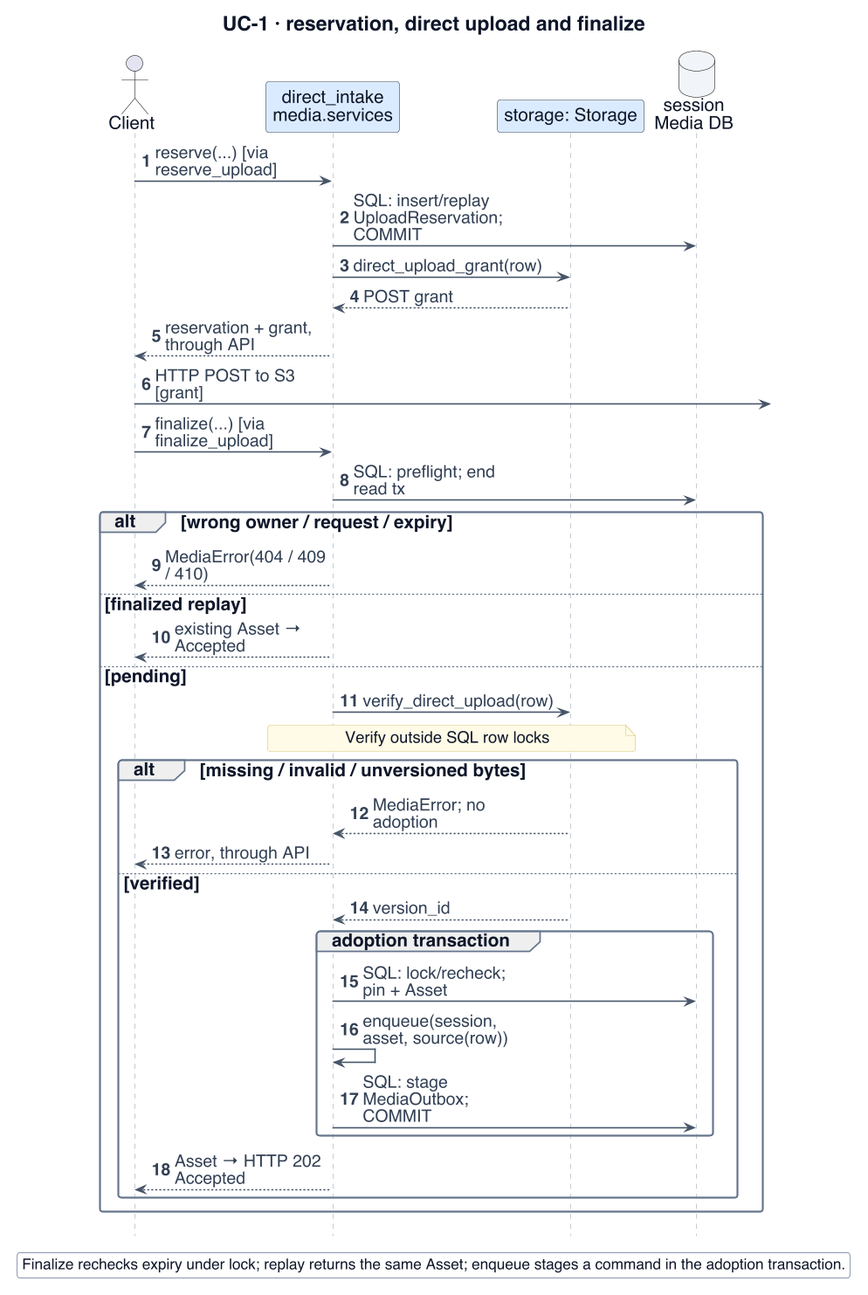
Before: project-documentation/final-report/figures/uc1-design-upload.png, a diagram exported from PlantUML (Collaboration95/dc2). The source it was exported from:
```plantuml
@startuml
!include _style.iuml
skinparam dpi 110
skinparam defaultFontSize 18
skinparam ArrowFontSize 17
skinparam ClassAttributeFontSize 17
skinparam ClassStereotypeFontSize 15
skinparam NoteFontSize 16
skinparam LegendFontSize 15
skinparam titleFontSize 20
skinparam classAttributeIconSize 0
skinparam maxMessageSize 165
skinparam nodesep 18
skinparam ranksep 24
hide footbox
hide circle
title UC-1 · reservation, direct upload and finalize
autonumber
actor "Client" as C
participant "direct_intake\nmedia.services" as I $MEDIA
participant "storage: Storage" as S $MEDIA
database "session\nMedia DB" as DB $INFRA
C -> I : reserve(...) [via reserve_upload]
I -> DB : SQL: insert/replay UploadReservation; COMMIT
 I -> S : direct_upload_grant(row)
 S --> I : POST grant
 I --> C : reservation + grant, through API
 C ->] : HTTP POST to S3 [grant]
C -> I : finalize(...) [via finalize_upload]
I -> DB : SQL: preflight; end read tx
alt wrong owner / request / expiry
 I --> C : MediaError(404 / 409 / 410)
else finalized replay
 I --> C : existing Asset → Accepted
else pending
 I -> S : verify_direct_upload(row)
 note over I,S : Verify outside SQL row locks
 alt missing / invalid / unversioned bytes
  S --> I : MediaError; no adoption
  I --> C : error, through API
 else verified
  S --> I : version_id
  group adoption transaction
   I -> DB : SQL: lock/recheck; pin + Asset
   I -> I : enqueue(session, asset, source(row))
   I -> DB : SQL: stage MediaOutbox; COMMIT
  end
  I --> C : Asset → HTTP 202 Accepted
 end
end
legend bottom
Finalize rechecks expiry under lock; replay returns the same Asset; enqueue stages a command in the adoption transaction.
endlegend
@enduml
```
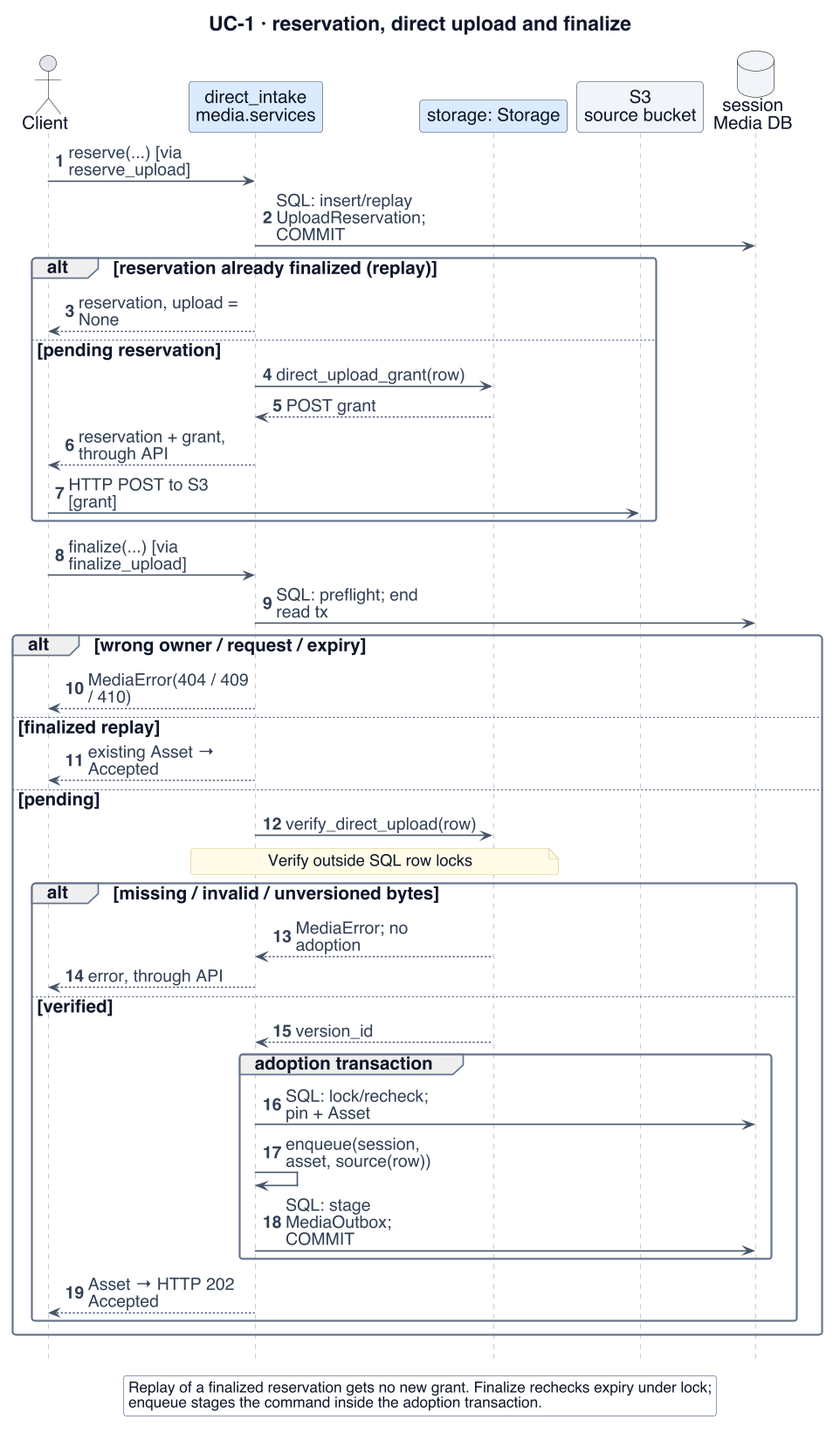
Above is the later version.

Diff of the diagram source:
```diff
@@ -19,13 +19,18 @@
 actor "Client" as C
 participant "direct_intake\nmedia.services" as I $MEDIA
 participant "storage: Storage" as S $MEDIA
+participant "S3\nsource bucket" as B $INFRA
 database "session\nMedia DB" as DB $INFRA
 C -> I : reserve(...) [via reserve_upload]
 I -> DB : SQL: insert/replay UploadReservation; COMMIT
+alt reservation already finalized (replay)
+ I --> C : reservation, upload = None
+else pending reservation
  I -> S : direct_upload_grant(row)
  S --> I : POST grant
  I --> C : reservation + grant, through API
- C ->] : HTTP POST to S3 [grant]
+ C -> B : HTTP POST to S3 [grant]
+end
 C -> I : finalize(...) [via finalize_upload]
 I -> DB : SQL: preflight; end read tx
 alt wrong owner / request / expiry
@@ -49,6 +54,7 @@
  end
 end
 legend bottom
-Finalize rechecks expiry under lock; replay returns the same Asset; enqueue stages a command in the adoption transaction.
+Replay of a finalized reservation gets no new grant. Finalize rechecks expiry under lock;
+enqueue stages the command inside the adoption transaction.
 endlegend
 @enduml
```
